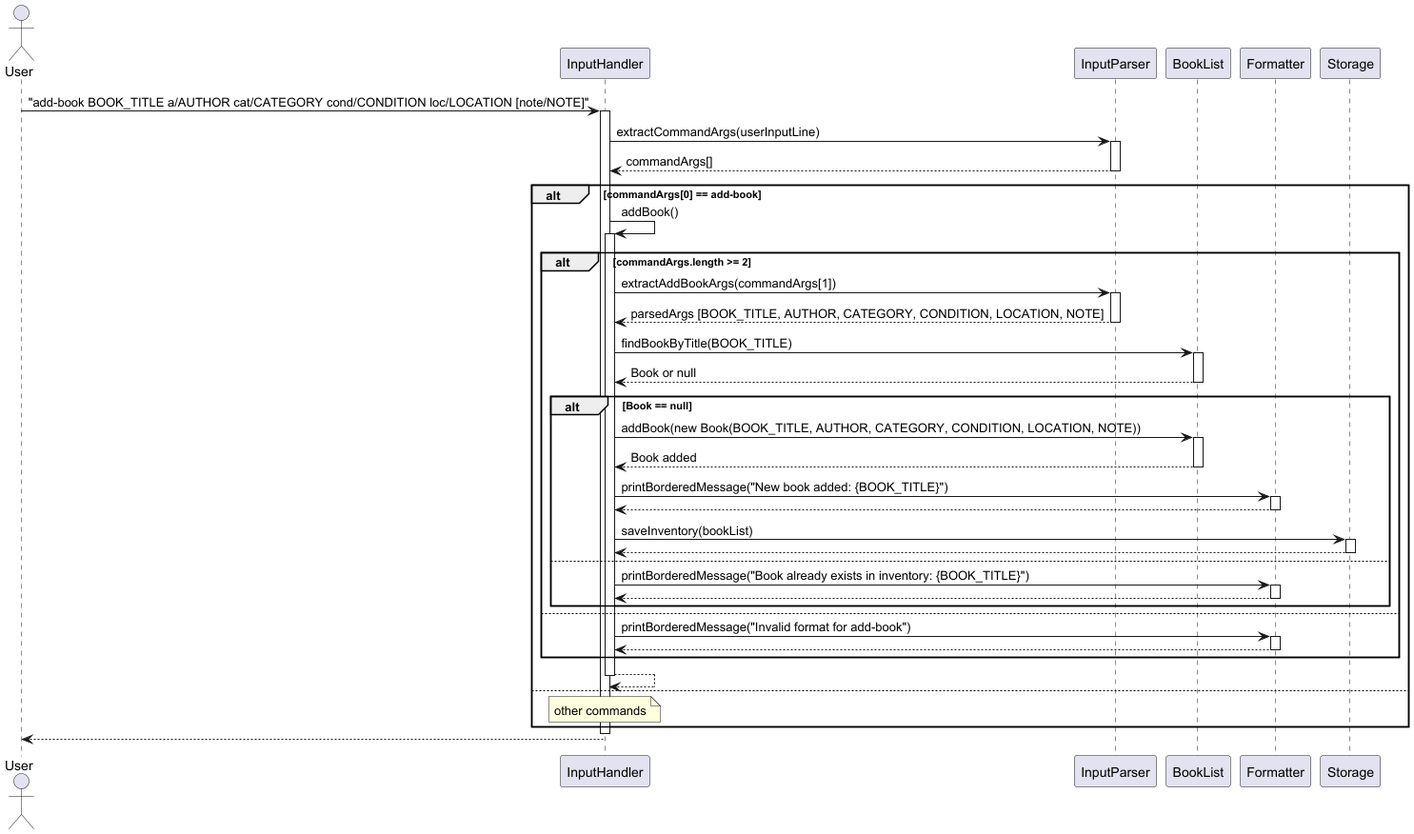
Above: docs/images/addBook.png in AY2425S2-CS2113-T12-2/tp (PlantUML), before the change.
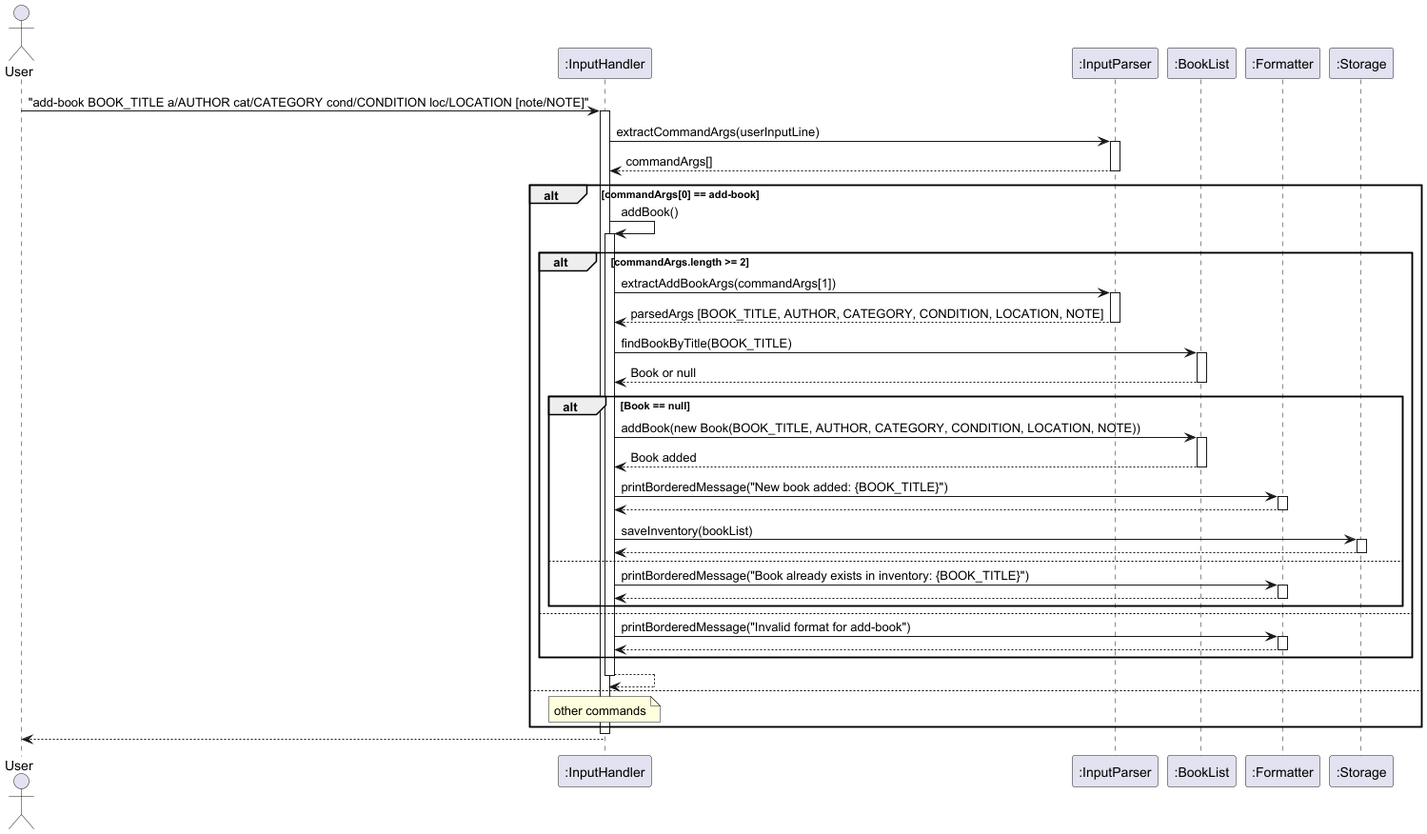
The same diagram one commit later.

The edit, as a diff of the source:
```diff
@@ -1,10 +1,10 @@
 @startuml
 actor User
-participant InputHandler
-participant InputParser
-participant BookList
-participant Formatter
-participant Storage
+participant InputHandler as ":InputHandler"
+participant InputParser as ":InputParser"
+participant BookList as ":BookList"
+participant Formatter as ":Formatter"
+participant Storage as ":Storage"
 
 User -> InputHandler: "add-book BOOK_TITLE a/AUTHOR cat/CATEGORY cond/CONDITION loc/LOCATION [note/NOTE]"
 activate InputHandler
```
